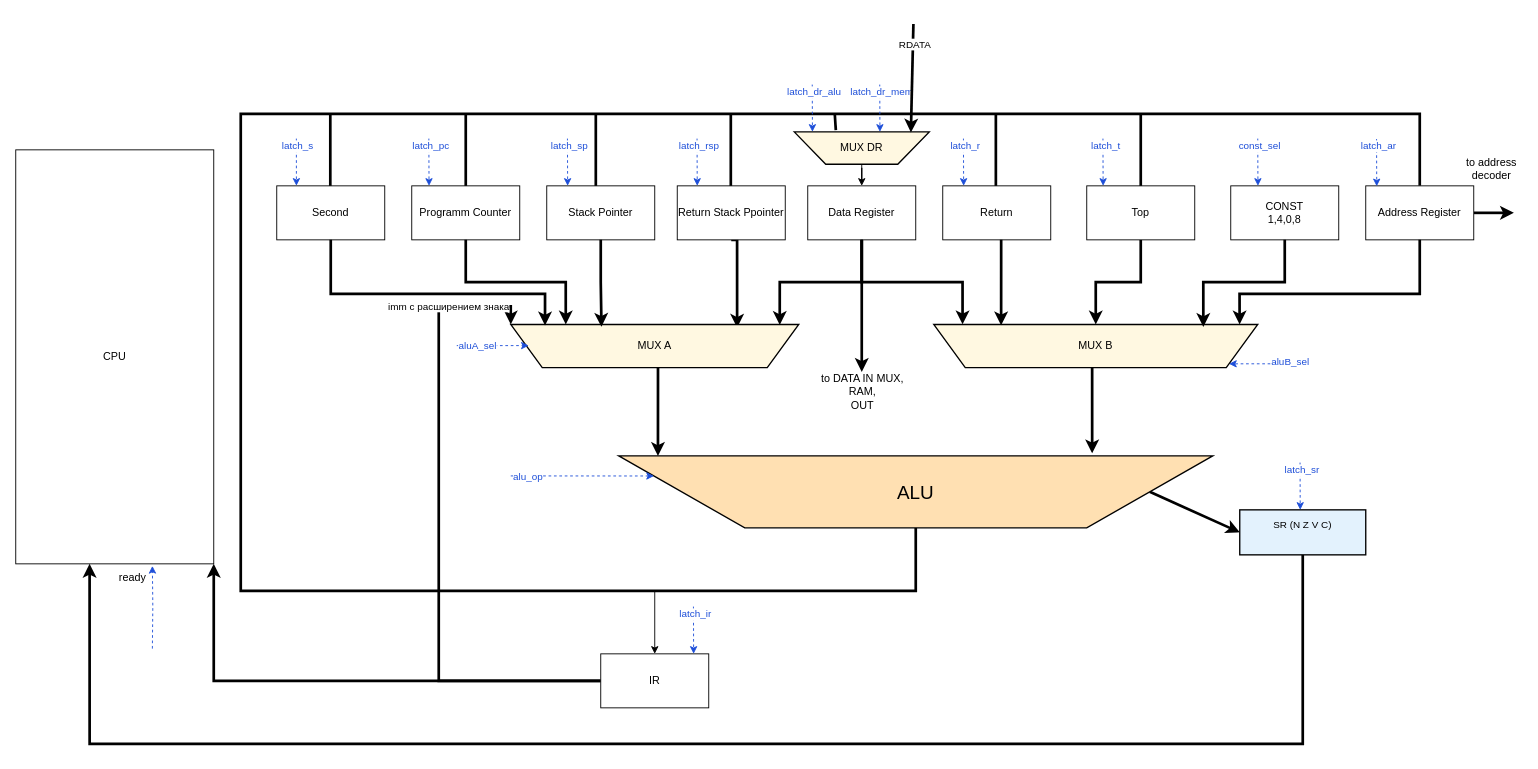
Before: page "Page-1" (1 of 3) of docs/scheme.drawio in MKoblents/mz, a draw.io diagram. Source tidied: cells renumbered, new cells numbered last; positions are measured from the earlier drawing's top-left corner, leaving out a move shared by most shapes. Both pictures are drawn from the tidied source at 90%, with x=0, y=0 at pixel (15, 23).
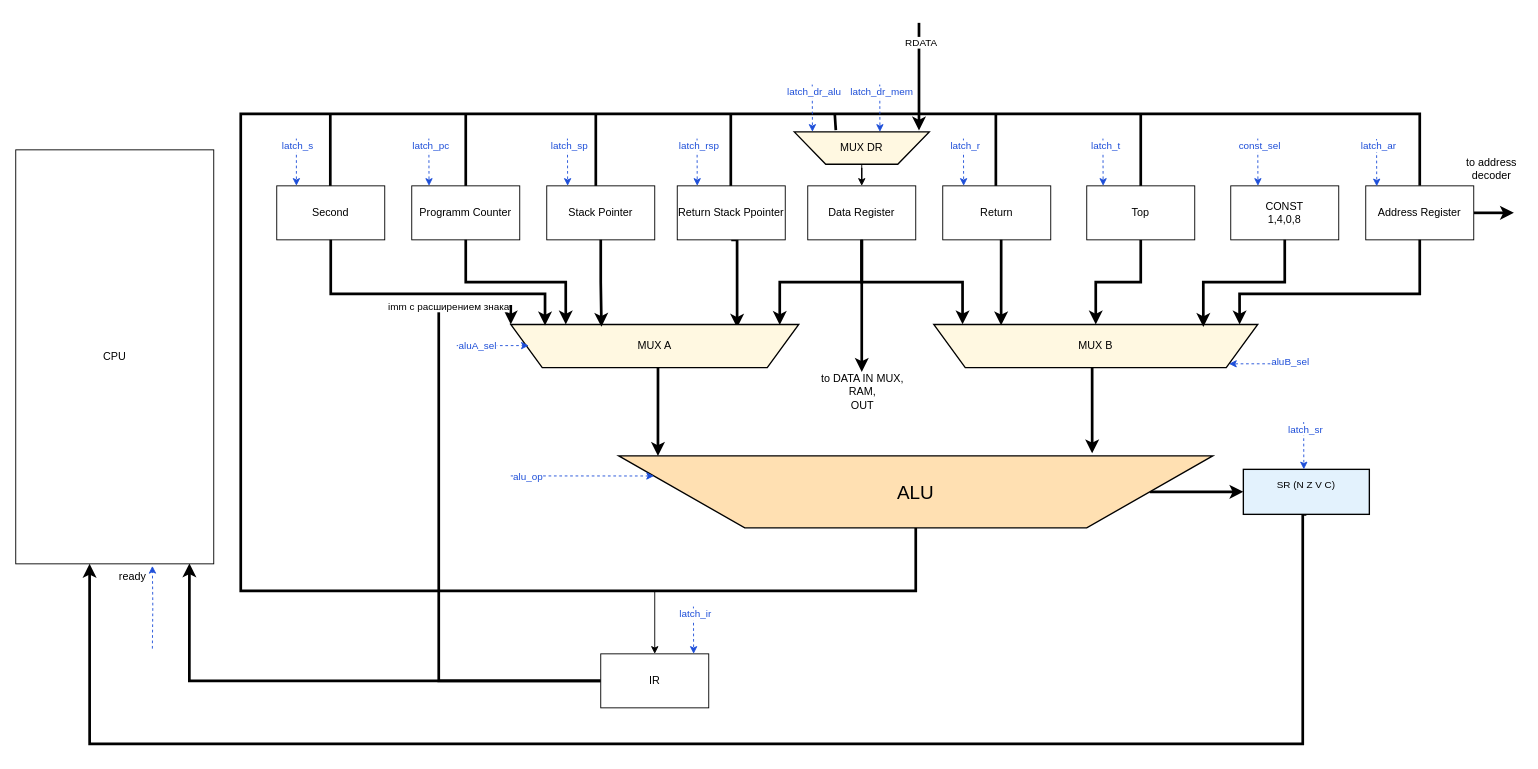
The same page after the edit.

The change refers to these unchanged cells:
```xml
<mxCell id="38" value="IR" style="rounded=0;whiteSpace=wrap;html=1;" parent="1" vertex="1">
  <mxGeometry x="650" y="700" width="120" height="60" as="geometry" />
</mxCell>
<mxCell id="43" value="MUX DR" style="shape=trapezoid;perimeter=trapezoidPerimeter;whiteSpace=wrap;html=1;fixedSize=1;flipV=1;size=35;fillColor=#FFF8E1;strokeColor=#000000;strokeWidth=1.5;" parent="1" vertex="1">
  <mxGeometry x="865" y="120" width="150" height="36" as="geometry" />
</mxCell>
<mxCell id="53" value="CPU" style="rounded=0;whiteSpace=wrap;html=1;" parent="1" vertex="1">
  <mxGeometry y="140" width="220" height="460" as="geometry" />
</mxCell>
```

The edit, as a diff of the source:
```diff
@@
-    <mxCell id="35" style="edgeStyle=orthogonalEdgeStyle;rounded=0;jettySize=auto;html=1;exitX=0;exitY=0.5;exitDx=0;exitDy=0;defaultLabelBackgroundColor=page;entryX=1;entryY=1;entryDx=0;entryDy=0;strokeWidth=3;" parent="1" edge="1" source="38" target="53">
-      <mxGeometry x="-0.02" relative="1" as="geometry" />
+    <mxCell id="35" style="edgeStyle=orthogonalEdgeStyle;rounded=0;jettySize=auto;html=1;exitX=0;exitY=0.5;exitDx=0;exitDy=0;defaultLabelBackgroundColor=page;strokeWidth=3;entryX=0.877;entryY=0.999;entryDx=0;entryDy=0;entryPerimeter=0;" parent="1" edge="1" source="38" target="53">
+      <mxGeometry x="-0.06" relative="1" as="geometry" />
     </mxCell>
@@
     <mxCell id="45" value="SR  (N Z V C)" style="rounded=0;whiteSpace=wrap;html=1;fillColor=#E3F2FD;strokeColor=#000000;strokeWidth=1.5;fontSize=11;fontColor=#000000;verticalAlign=top;spacingTop=4;" parent="1" vertex="1">
-      <mxGeometry x="1360" y="540" width="140" height="50" as="geometry" />
+      <mxGeometry x="1364" y="495" width="140" height="50" as="geometry" />
     </mxCell>
@@
     <mxCell id="75" style="endArrow=classic;html=1;rounded=0;defaultLabelBackgroundColor=page;entryX=0.182;entryY=-0.001;entryDx=0;entryDy=0;entryPerimeter=0;dashed=1;strokeColor=light-dark(#1D4ED8,#93C5FD);" parent="1" edge="1">
       <mxGeometry relative="1" as="geometry">
-        <mxPoint x="1427" y="487.5" as="sourcePoint" />
-        <mxPoint x="1427.2" y="540" as="targetPoint" />
+        <mxPoint x="1431" y="442.5" as="sourcePoint" />
+        <mxPoint x="1431.2" y="495" as="targetPoint" />
       </mxGeometry>
     </mxCell>
@@
-    <mxCell id="79" style="endArrow=classic;html=1;rounded=0;defaultLabelBackgroundColor=page;labelPadding=0 4;entryX=0.864;entryY=0.981;entryDx=0;entryDy=0;entryPerimeter=0;strokeWidth=3;" parent="1" edge="1" target="43">
+    <mxCell id="79" style="endArrow=classic;html=1;rounded=0;defaultLabelBackgroundColor=page;labelPadding=0 4;strokeWidth=3;" parent="1" edge="1">
       <mxGeometry relative="1" as="geometry">
-        <mxPoint x="997.4" y="0.2" as="sourcePoint" />
+        <mxPoint x="1003.6" y="-1.1" as="sourcePoint" />
+        <mxPoint x="1003.6" y="118.5" as="targetPoint" />
       </mxGeometry>
     </mxCell>
```
